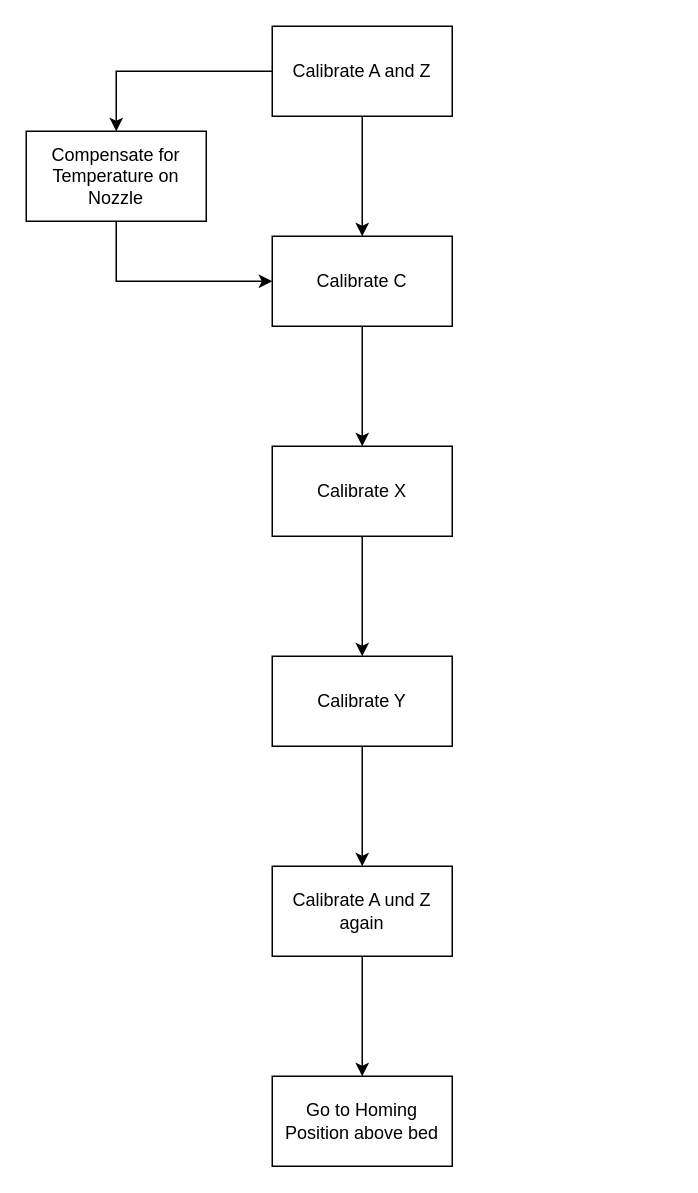
Before: Homing seq.drawio in macnch33s3/draw.io, a draw.io diagram. Source tidied: cells renumbered, new cells numbered last; positions are measured from the earlier drawing's top-left corner, leaving out a move shared by most shapes. Both pictures are drawn from the tidied source at 150%, with x=0, y=0 at pixel (26, 26).
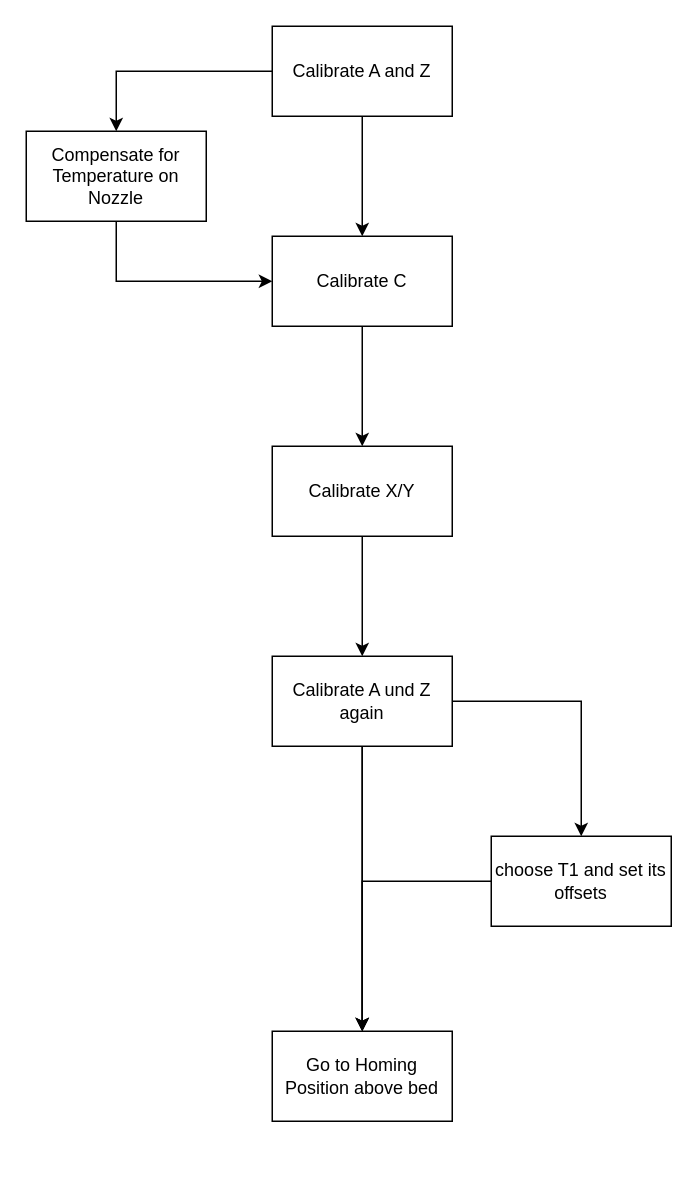
After the change.

What changed in the source:
```diff
@@
 <mxGraphModel>
   <root>
     <mxCell id="0" />
     <mxCell id="1" parent="0" />
     <mxCell id="2" style="edgeStyle=orthogonalEdgeStyle;rounded=0;jettySize=auto;html=1;" parent="1" edge="1" source="4" target="8">
       <mxGeometry relative="1" as="geometry" />
     </mxCell>
     <mxCell id="3" style="edgeStyle=orthogonalEdgeStyle;rounded=0;jettySize=auto;html=1;exitX=0;exitY=0.5;exitDx=0;exitDy=0;entryX=0.5;entryY=0;entryDx=0;entryDy=0;" parent="1" edge="1" source="4" target="6">
       <mxGeometry relative="1" as="geometry" />
     </mxCell>
     <mxCell id="4" value="Calibrate A and Z" style="rounded=0;whiteSpace=wrap;html=1;" parent="1" vertex="1">
       <mxGeometry x="164" width="120" height="60" as="geometry" />
     </mxCell>
     <mxCell id="5" style="edgeStyle=orthogonalEdgeStyle;rounded=0;jettySize=auto;html=1;entryX=0;entryY=0.5;entryDx=0;entryDy=0;" parent="1" edge="1" source="6" target="8">
       <mxGeometry relative="1" as="geometry">
         <Array as="points">
           <mxPoint x="60" y="170" />
         </Array>
       </mxGeometry>
     </mxCell>
     <mxCell id="6" value="Compensate for Temperature on Nozzle" style="rounded=0;whiteSpace=wrap;html=1;" parent="1" vertex="1">
       <mxGeometry y="70" width="120" height="60" as="geometry" />
     </mxCell>
     <mxCell id="7" style="edgeStyle=orthogonalEdgeStyle;rounded=0;jettySize=auto;html=1;" parent="1" edge="1" source="8" target="10">
       <mxGeometry relative="1" as="geometry" />
     </mxCell>
     <mxCell id="8" value="Calibrate C" style="rounded=0;whiteSpace=wrap;html=1;" parent="1" vertex="1">
       <mxGeometry x="164" y="140" width="120" height="60" as="geometry" />
     </mxCell>
-    <mxCell id="9" style="edgeStyle=orthogonalEdgeStyle;rounded=0;jettySize=auto;html=1;" parent="1" edge="1" source="10" target="12">
-      <mxGeometry relative="1" as="geometry" />
-    </mxCell>
+    <mxCell id="16" style="edgeStyle=orthogonalEdgeStyle;rounded=0;jettySize=auto;html=1;entryX=0.5;entryY=0;entryDx=0;entryDy=0;" parent="1" edge="1" source="10" target="14">
+      <mxGeometry relative="1" as="geometry" />
+    </mxCell>
-    <mxCell id="10" value="Calibrate X" style="rounded=0;whiteSpace=wrap;html=1;" parent="1" vertex="1">
+    <mxCell id="10" value="Calibrate X/Y" style="rounded=0;whiteSpace=wrap;html=1;" parent="1" vertex="1">
       <mxGeometry x="164" y="280" width="120" height="60" as="geometry" />
     </mxCell>
-    <mxCell id="11" style="edgeStyle=orthogonalEdgeStyle;rounded=0;jettySize=auto;html=1;" parent="1" edge="1" source="12" target="14">
-      <mxGeometry relative="1" as="geometry" />
-    </mxCell>
-    <mxCell id="12" value="Calibrate Y" style="rounded=0;whiteSpace=wrap;html=1;" parent="1" vertex="1">
-      <mxGeometry x="164" y="420" width="120" height="60" as="geometry" />
-    </mxCell>
     <mxCell id="13" style="edgeStyle=orthogonalEdgeStyle;rounded=0;jettySize=auto;html=1;" parent="1" edge="1" source="14" target="15">
       <mxGeometry relative="1" as="geometry" />
     </mxCell>
+    <mxCell id="17" style="edgeStyle=orthogonalEdgeStyle;rounded=0;jettySize=auto;html=1;" parent="1" edge="1" source="14" target="15">
+      <mxGeometry relative="1" as="geometry" />
+    </mxCell>
+    <mxCell id="18" style="edgeStyle=orthogonalEdgeStyle;rounded=0;jettySize=auto;html=1;entryX=0.5;entryY=0;entryDx=0;entryDy=0;" parent="1" edge="1" source="14" target="20">
+      <mxGeometry relative="1" as="geometry" />
+    </mxCell>
     <mxCell id="14" value="Calibrate A und Z again" style="rounded=0;whiteSpace=wrap;html=1;" parent="1" vertex="1">
-      <mxGeometry x="164" y="560" width="120" height="60" as="geometry" />
+      <mxGeometry x="164" y="420" width="120" height="60" as="geometry" />
     </mxCell>
     <mxCell id="15" value="Go to Homing Position above bed" style="rounded=0;whiteSpace=wrap;html=1;" parent="1" vertex="1">
-      <mxGeometry x="164" y="700" width="120" height="60" as="geometry" />
+      <mxGeometry x="164" y="670" width="120" height="60" as="geometry" />
     </mxCell>
+    <mxCell id="19" style="edgeStyle=orthogonalEdgeStyle;rounded=0;jettySize=auto;html=1;entryX=0.5;entryY=0;entryDx=0;entryDy=0;" parent="1" edge="1" source="20" target="15">
+      <mxGeometry relative="1" as="geometry" />
+    </mxCell>
+    <mxCell id="20" value="choose T1 and set its offsets" style="rounded=0;whiteSpace=wrap;html=1;" parent="1" vertex="1">
+      <mxGeometry x="310" y="540" width="120" height="60" as="geometry" />
+    </mxCell>
   </root>
 </mxGraphModel>
```
